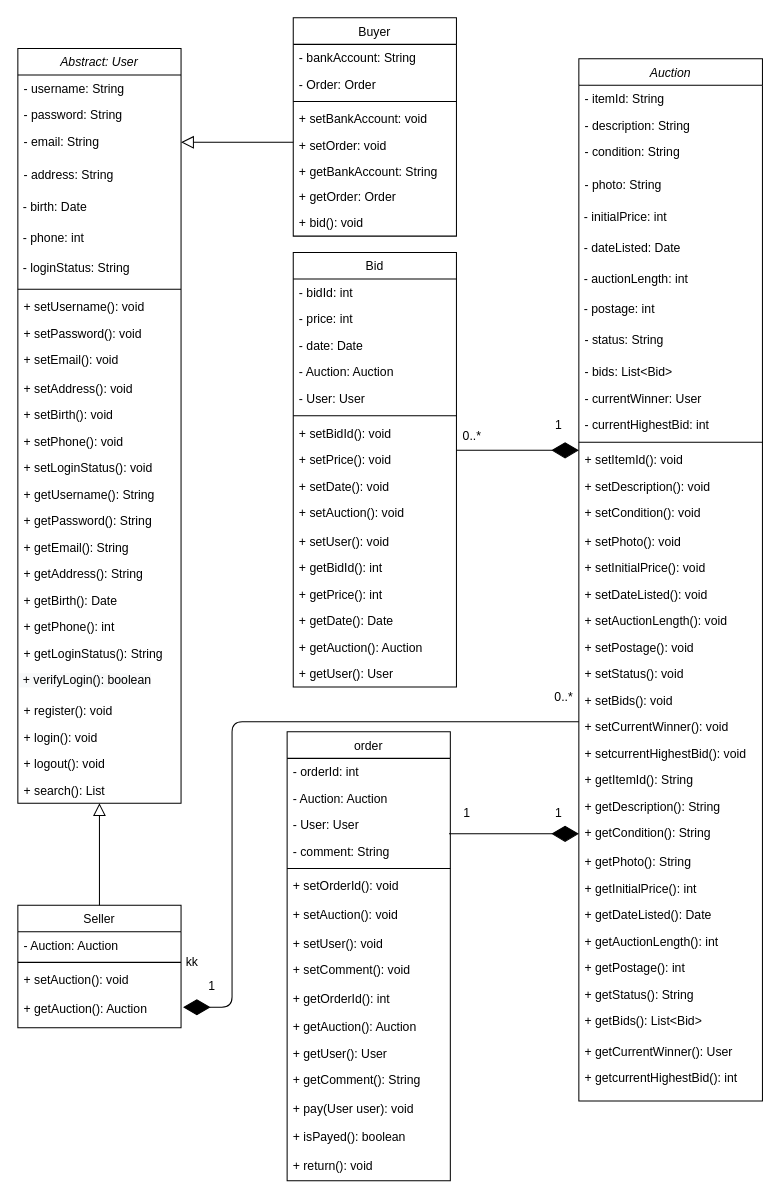
Above: class Diagram.drawio in impulseoy/learnGit (draw.io), before the change. Source tidied: cells renumbered, new cells numbered last; positions are measured from the earlier drawing's top-left corner, leaving out a move shared by most shapes. Both pictures are drawn from the tidied source at 102%, with x=0, y=0 at pixel (17, 17).
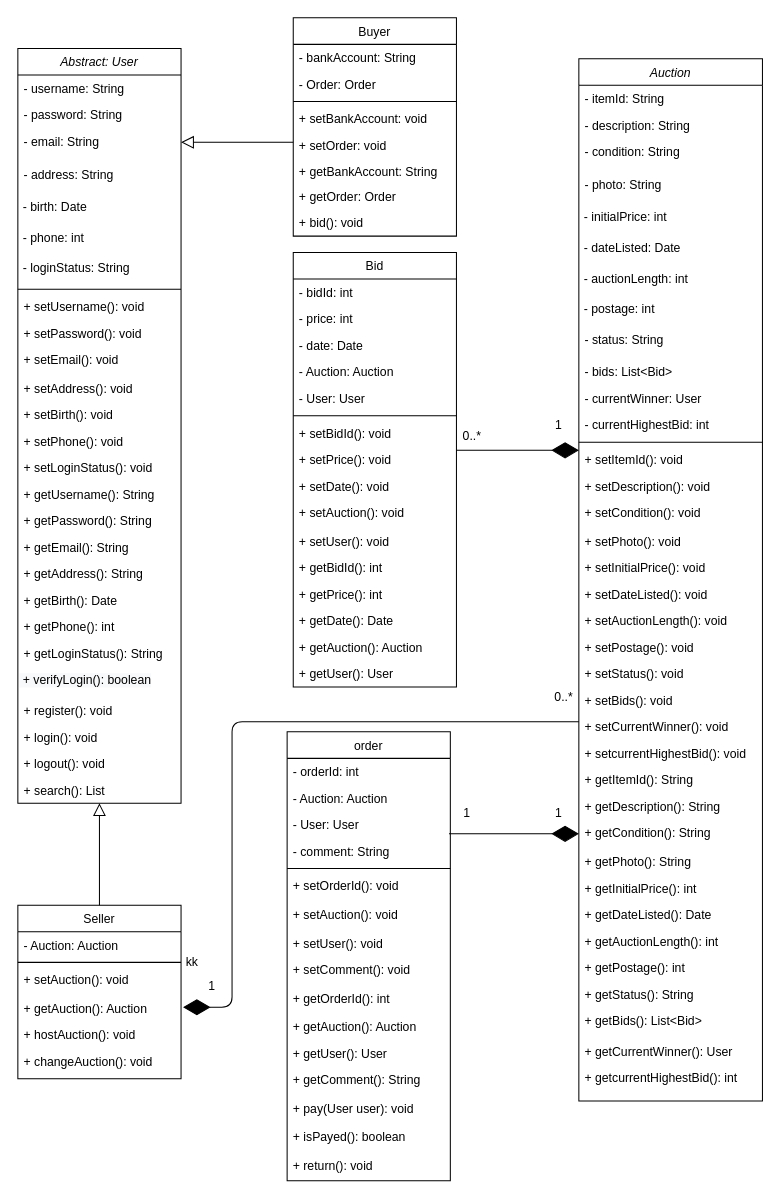
Above is the later version.

Change to the diagram source:
```diff
@@
     <mxCell id="40" value="Seller" style="swimlane;fontStyle=0;align=center;verticalAlign=top;horizontal=1;startSize=26;rounded=0;shadow=0;strokeWidth=1;" parent="1" vertex="1">
-      <mxGeometry y="870" width="160" height="120" as="geometry" />
+      <mxGeometry y="870" width="160" height="170" as="geometry" />
     </mxCell>
@@
+    <mxCell id="127" value="+ hostAuction(): void" style="text;align=left;verticalAlign=top;spacingLeft=4;spacingRight=4;overflow=hidden;" parent="40" vertex="1">
+      <mxGeometry y="114" width="160" height="26" as="geometry" />
+    </mxCell>
+    <mxCell id="128" value="+ changeAuction(): void" style="text;align=left;verticalAlign=top;spacingLeft=4;spacingRight=4;overflow=hidden;" parent="40" vertex="1">
+      <mxGeometry y="140" width="160" height="26" as="geometry" />
+    </mxCell>
```
